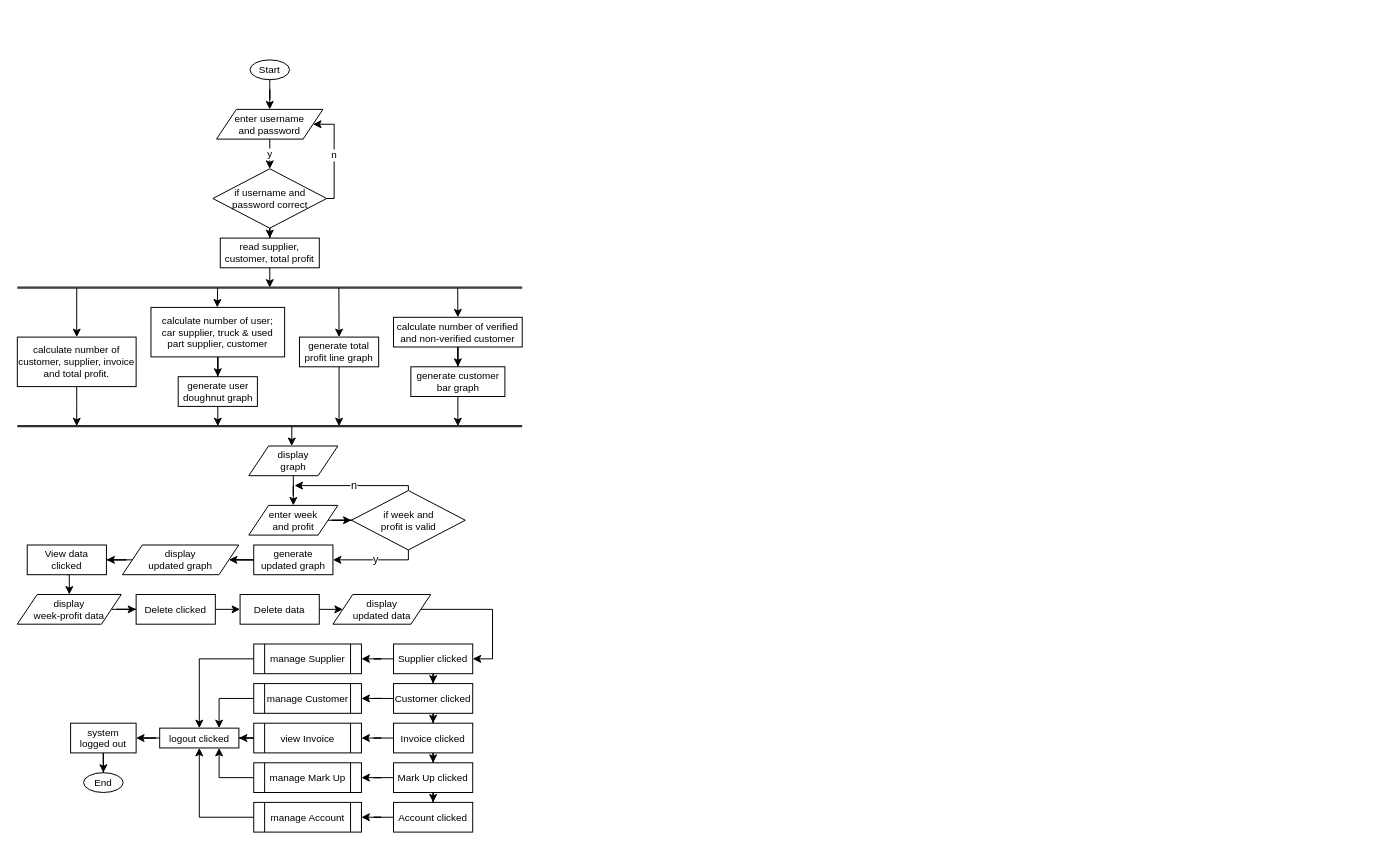
Earlier version of the draw.io diagram flowchart.drawio (nazRainer/DiagramNetLibrary). Source tidied: cells renumbered, new cells numbered last; positions are measured from the earlier drawing's top-left corner, leaving out a move shared by most shapes. Both pictures are drawn from the tidied source at 99%, with x=0, y=0 at pixel (17, 59).
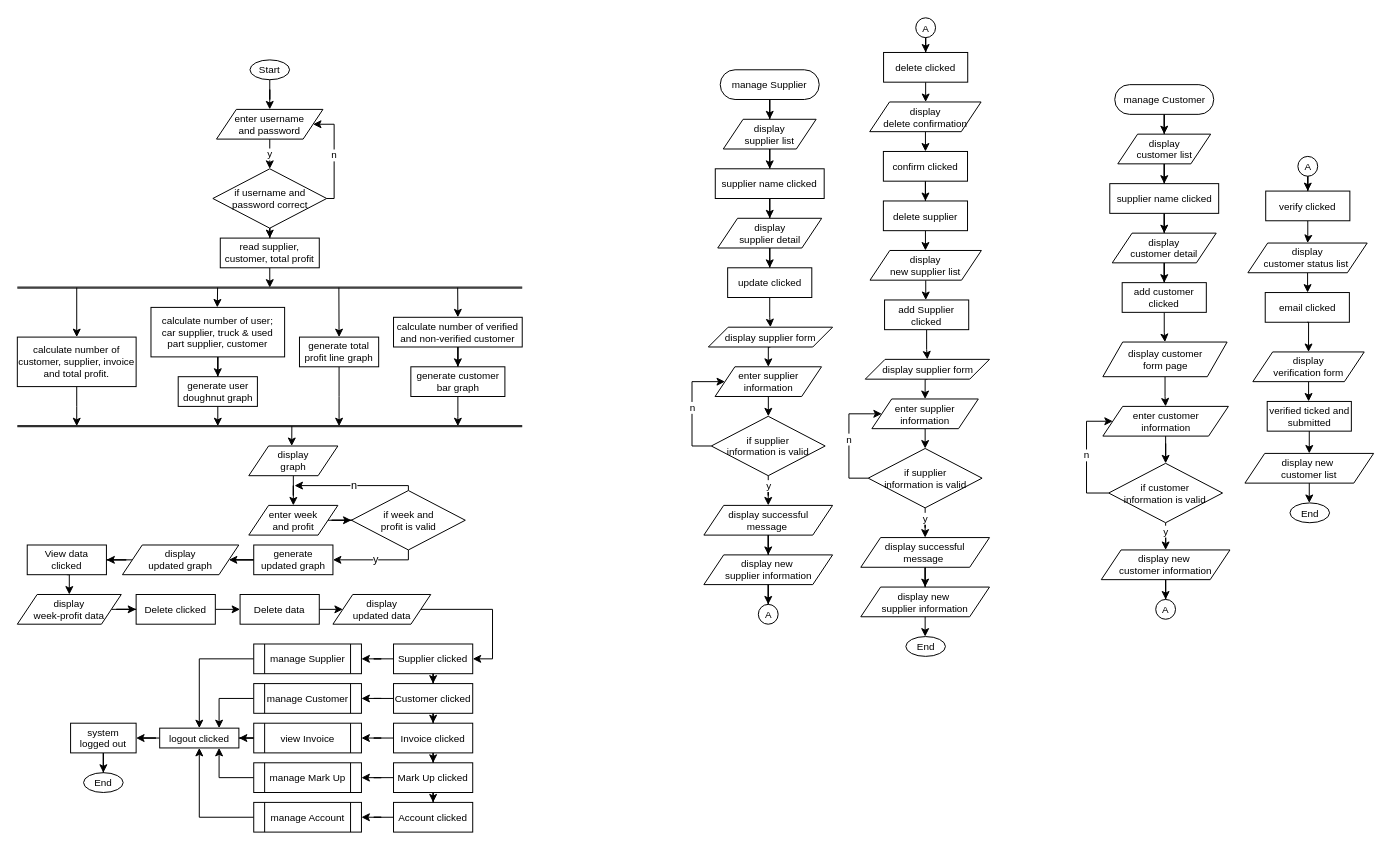
Above is the later version.

What changed in the source:
```diff
@@
+    <mxCell id="80" style="edgeStyle=orthogonalEdgeStyle;rounded=0;jettySize=auto;html=1;entryX=0.5;entryY=0;entryDx=0;entryDy=0;fontSize=10;" parent="1" edge="1" source="81" target="91">
+      <mxGeometry relative="1" as="geometry" />
+    </mxCell>
+    <mxCell id="81" value="manage Supplier" style="rounded=1;whiteSpace=wrap;html=1;fontSize=10;arcSize=50;" parent="1" vertex="1">
+      <mxGeometry x="710" y="10" width="100" height="30" as="geometry" />
+    </mxCell>
+    <mxCell id="82" style="edgeStyle=orthogonalEdgeStyle;rounded=0;jettySize=auto;html=1;entryX=0.5;entryY=0;entryDx=0;entryDy=0;fontSize=10;exitX=0.5;exitY=1;exitDx=0;exitDy=0;" parent="1" edge="1" source="98" target="84">
+      <mxGeometry relative="1" as="geometry" />
+    </mxCell>
+    <mxCell id="83" style="edgeStyle=orthogonalEdgeStyle;rounded=0;jettySize=auto;html=1;entryX=0.5;entryY=0;entryDx=0;entryDy=0;fontSize=10;" parent="1" edge="1" source="84" target="87">
+      <mxGeometry relative="1" as="geometry" />
+    </mxCell>
+    <mxCell id="84" value="enter supplier information" style="shape=parallelogram;perimeter=parallelogramPerimeter;whiteSpace=wrap;html=1;fixedSize=1;strokeWidth=1;fontSize=10;" parent="1" vertex="1">
+      <mxGeometry x="704.8" y="310" width="107.5" height="30" as="geometry" />
+    </mxCell>
+    <mxCell id="85" value="n" style="edgeStyle=orthogonalEdgeStyle;rounded=0;jettySize=auto;html=1;entryX=0;entryY=0.5;entryDx=0;entryDy=0;fontSize=10;exitX=0;exitY=0.5;exitDx=0;exitDy=0;" parent="1" edge="1" source="87" target="84">
+      <mxGeometry relative="1" as="geometry">
+        <Array as="points">
+          <mxPoint x="681.5" y="390" />
+          <mxPoint x="681.5" y="325" />
+        </Array>
+      </mxGeometry>
+    </mxCell>
+    <mxCell id="86" value="y" style="edgeStyle=orthogonalEdgeStyle;rounded=0;jettySize=auto;html=1;fontSize=10;entryX=0.5;entryY=0;entryDx=0;entryDy=0;" parent="1" edge="1" source="87" target="103">
+      <mxGeometry x="0.2" relative="1" as="geometry" />
+    </mxCell>
+    <mxCell id="87" value="if supplier &lt;br&gt;information is valid" style="rhombus;whiteSpace=wrap;html=1;strokeWidth=1;fontSize=10;" parent="1" vertex="1">
+      <mxGeometry x="701" y="360" width="115" height="60" as="geometry" />
+    </mxCell>
+    <mxCell id="88" style="edgeStyle=orthogonalEdgeStyle;rounded=0;jettySize=auto;html=1;entryX=0.5;entryY=0;entryDx=0;entryDy=0;fontSize=10;" parent="1" edge="1" source="89" target="99">
+      <mxGeometry relative="1" as="geometry" />
+    </mxCell>
+    <mxCell id="89" value="display new&amp;nbsp;&lt;br&gt;supplier information" style="shape=parallelogram;perimeter=parallelogramPerimeter;whiteSpace=wrap;html=1;fixedSize=1;strokeWidth=1;fontSize=10;" parent="1" vertex="1">
+      <mxGeometry x="693.5" y="500" width="130" height="30" as="geometry" />
+    </mxCell>
+    <mxCell id="90" style="edgeStyle=orthogonalEdgeStyle;rounded=0;jettySize=auto;html=1;entryX=0.5;entryY=0;entryDx=0;entryDy=0;fontSize=10;" parent="1" edge="1" source="91" target="93">
+      <mxGeometry relative="1" as="geometry" />
+    </mxCell>
+    <mxCell id="91" value="display &lt;br&gt;supplier list" style="shape=parallelogram;perimeter=parallelogramPerimeter;whiteSpace=wrap;html=1;fixedSize=1;strokeWidth=1;fontSize=10;" parent="1" vertex="1">
+      <mxGeometry x="713.1" y="60" width="93.8" height="30" as="geometry" />
+    </mxCell>
+    <mxCell id="92" style="edgeStyle=orthogonalEdgeStyle;rounded=0;jettySize=auto;html=1;entryX=0.5;entryY=0;entryDx=0;entryDy=0;fontSize=10;" parent="1" edge="1" source="93" target="95">
+      <mxGeometry relative="1" as="geometry" />
+    </mxCell>
+    <mxCell id="93" value="supplier name clicked" style="rounded=0;whiteSpace=wrap;html=1;strokeWidth=1;fontSize=10;" parent="1" vertex="1">
+      <mxGeometry x="705" y="110" width="110" height="30" as="geometry" />
+    </mxCell>
+    <mxCell id="94" style="edgeStyle=orthogonalEdgeStyle;rounded=0;jettySize=auto;html=1;entryX=0.5;entryY=0;entryDx=0;entryDy=0;fontSize=10;" parent="1" edge="1" source="95" target="97">
+      <mxGeometry relative="1" as="geometry" />
+    </mxCell>
+    <mxCell id="95" value="display &lt;br&gt;supplier detail" style="shape=parallelogram;perimeter=parallelogramPerimeter;whiteSpace=wrap;html=1;fixedSize=1;strokeWidth=1;fontSize=10;" parent="1" vertex="1">
+      <mxGeometry x="707.5" y="160" width="105" height="30" as="geometry" />
+    </mxCell>
+    <mxCell id="96" style="edgeStyle=orthogonalEdgeStyle;rounded=0;jettySize=auto;html=1;entryX=0.5;entryY=0;entryDx=0;entryDy=0;fontSize=10;" parent="1" edge="1" source="97" target="98">
+      <mxGeometry relative="1" as="geometry" />
+    </mxCell>
+    <mxCell id="97" value="update clicked" style="rounded=0;whiteSpace=wrap;html=1;strokeWidth=1;fontSize=10;" parent="1" vertex="1">
+      <mxGeometry x="717.5" y="210" width="85" height="30" as="geometry" />
+    </mxCell>
+    <mxCell id="98" value="display supplier form" style="shape=parallelogram;perimeter=parallelogramPerimeter;whiteSpace=wrap;html=1;fixedSize=1;strokeWidth=1;fontSize=10;" parent="1" vertex="1">
+      <mxGeometry x="698" y="270" width="125.5" height="20" as="geometry" />
+    </mxCell>
+    <mxCell id="99" value="A" style="ellipse;whiteSpace=wrap;html=1;fontSize=10;" parent="1" vertex="1">
+      <mxGeometry x="748.5" y="550" width="20" height="20" as="geometry" />
+    </mxCell>
+    <mxCell id="100" style="edgeStyle=orthogonalEdgeStyle;rounded=0;jettySize=auto;html=1;entryX=0.5;entryY=0;entryDx=0;entryDy=0;fontSize=10;" parent="1" edge="1" source="101" target="105">
+      <mxGeometry relative="1" as="geometry" />
+    </mxCell>
+    <mxCell id="101" value="A" style="ellipse;whiteSpace=wrap;html=1;fontSize=10;" parent="1" vertex="1">
+      <mxGeometry x="907.5" y="-42.5" width="20" height="20" as="geometry" />
+    </mxCell>
+    <mxCell id="102" style="edgeStyle=orthogonalEdgeStyle;rounded=0;jettySize=auto;html=1;entryX=0.5;entryY=0;entryDx=0;entryDy=0;fontSize=10;" parent="1" edge="1" source="103" target="89">
+      <mxGeometry relative="1" as="geometry" />
+    </mxCell>
+    <mxCell id="103" value="display successful &lt;br&gt;message&amp;nbsp;" style="shape=parallelogram;perimeter=parallelogramPerimeter;whiteSpace=wrap;html=1;fixedSize=1;strokeWidth=1;fontSize=10;" parent="1" vertex="1">
+      <mxGeometry x="693.5" y="450" width="130" height="30" as="geometry" />
+    </mxCell>
+    <mxCell id="104" style="edgeStyle=orthogonalEdgeStyle;rounded=0;jettySize=auto;html=1;entryX=0.5;entryY=0;entryDx=0;entryDy=0;fontSize=10;" parent="1" edge="1" source="105" target="107">
+      <mxGeometry relative="1" as="geometry" />
+    </mxCell>
+    <mxCell id="105" value="delete clicked" style="rounded=0;whiteSpace=wrap;html=1;strokeWidth=1;fontSize=10;" parent="1" vertex="1">
+      <mxGeometry x="875" y="-7.5" width="85" height="30" as="geometry" />
+    </mxCell>
+    <mxCell id="106" style="edgeStyle=orthogonalEdgeStyle;rounded=0;jettySize=auto;html=1;entryX=0.5;entryY=0;entryDx=0;entryDy=0;fontSize=10;" parent="1" edge="1" source="107" target="109">
+      <mxGeometry relative="1" as="geometry" />
+    </mxCell>
+    <mxCell id="107" value="display &lt;br&gt;delete confirmation" style="shape=parallelogram;perimeter=parallelogramPerimeter;whiteSpace=wrap;html=1;fixedSize=1;strokeWidth=1;fontSize=10;" parent="1" vertex="1">
+      <mxGeometry x="861" y="42.5" width="112.5" height="30" as="geometry" />
+    </mxCell>
+    <mxCell id="108" style="edgeStyle=orthogonalEdgeStyle;rounded=0;jettySize=auto;html=1;entryX=0.5;entryY=0;entryDx=0;entryDy=0;fontSize=10;" parent="1" edge="1" source="109" target="111">
+      <mxGeometry relative="1" as="geometry" />
+    </mxCell>
+    <mxCell id="109" value="confirm clicked" style="rounded=0;whiteSpace=wrap;html=1;strokeWidth=1;fontSize=10;" parent="1" vertex="1">
+      <mxGeometry x="874.8" y="92.5" width="85" height="30" as="geometry" />
+    </mxCell>
+    <mxCell id="110" style="edgeStyle=orthogonalEdgeStyle;rounded=0;jettySize=auto;html=1;entryX=0.5;entryY=0;entryDx=0;entryDy=0;fontSize=10;" parent="1" edge="1" source="111" target="113">
+      <mxGeometry relative="1" as="geometry" />
+    </mxCell>
+    <mxCell id="111" value="delete supplier" style="rounded=0;whiteSpace=wrap;html=1;strokeWidth=1;fontSize=10;" parent="1" vertex="1">
+      <mxGeometry x="874.8" y="142.5" width="85" height="30" as="geometry" />
+    </mxCell>
+    <mxCell id="112" style="edgeStyle=orthogonalEdgeStyle;rounded=0;jettySize=auto;html=1;entryX=0.5;entryY=0;entryDx=0;entryDy=0;fontSize=10;" parent="1" edge="1" source="113" target="123">
+      <mxGeometry relative="1" as="geometry" />
+    </mxCell>
+    <mxCell id="113" value="display &lt;br&gt;new supplier list" style="shape=parallelogram;perimeter=parallelogramPerimeter;whiteSpace=wrap;html=1;fixedSize=1;strokeWidth=1;fontSize=10;" parent="1" vertex="1">
+      <mxGeometry x="861.3" y="192.5" width="112.5" height="30" as="geometry" />
+    </mxCell>
+    <mxCell id="114" style="edgeStyle=orthogonalEdgeStyle;rounded=0;jettySize=auto;html=1;entryX=0.5;entryY=0;entryDx=0;entryDy=0;fontSize=10;exitX=0.5;exitY=1;exitDx=0;exitDy=0;" parent="1" edge="1" source="124" target="116">
+      <mxGeometry relative="1" as="geometry" />
+    </mxCell>
+    <mxCell id="115" style="edgeStyle=orthogonalEdgeStyle;rounded=0;jettySize=auto;html=1;entryX=0.5;entryY=0;entryDx=0;entryDy=0;fontSize=10;" parent="1" edge="1" source="116" target="119">
+      <mxGeometry relative="1" as="geometry" />
+    </mxCell>
+    <mxCell id="116" value="enter supplier information" style="shape=parallelogram;perimeter=parallelogramPerimeter;whiteSpace=wrap;html=1;fixedSize=1;strokeWidth=1;fontSize=10;" parent="1" vertex="1">
+      <mxGeometry x="863.2" y="342.5" width="107.5" height="30" as="geometry" />
+    </mxCell>
+    <mxCell id="117" value="n" style="edgeStyle=orthogonalEdgeStyle;rounded=0;jettySize=auto;html=1;entryX=0;entryY=0.5;entryDx=0;entryDy=0;fontSize=10;exitX=0;exitY=0.5;exitDx=0;exitDy=0;" parent="1" edge="1" source="119" target="116">
+      <mxGeometry relative="1" as="geometry">
+        <Array as="points">
+          <mxPoint x="840" y="422.5" />
+          <mxPoint x="840" y="357.5" />
+        </Array>
+      </mxGeometry>
+    </mxCell>
+    <mxCell id="118" value="y" style="edgeStyle=orthogonalEdgeStyle;rounded=0;jettySize=auto;html=1;fontSize=10;entryX=0.5;entryY=0;entryDx=0;entryDy=0;" parent="1" edge="1" source="119" target="126">
+      <mxGeometry x="0.2" relative="1" as="geometry" />
+    </mxCell>
+    <mxCell id="119" value="if supplier &lt;br&gt;information is valid" style="rhombus;whiteSpace=wrap;html=1;strokeWidth=1;fontSize=10;" parent="1" vertex="1">
+      <mxGeometry x="859.5" y="392.5" width="115" height="60" as="geometry" />
+    </mxCell>
+    <mxCell id="120" style="edgeStyle=orthogonalEdgeStyle;rounded=0;jettySize=auto;html=1;entryX=0.5;entryY=0;entryDx=0;entryDy=0;fontSize=10;" parent="1" edge="1" source="121" target="127">
+      <mxGeometry relative="1" as="geometry" />
+    </mxCell>
+    <mxCell id="121" value="display new&amp;nbsp;&lt;br&gt;supplier information" style="shape=parallelogram;perimeter=parallelogramPerimeter;whiteSpace=wrap;html=1;fixedSize=1;strokeWidth=1;fontSize=10;" parent="1" vertex="1">
+      <mxGeometry x="852" y="532.5" width="130" height="30" as="geometry" />
+    </mxCell>
+    <mxCell id="122" style="edgeStyle=orthogonalEdgeStyle;rounded=0;jettySize=auto;html=1;entryX=0.5;entryY=0;entryDx=0;entryDy=0;fontSize=10;" parent="1" edge="1" source="123" target="124">
+      <mxGeometry relative="1" as="geometry" />
+    </mxCell>
+    <mxCell id="123" value="add Supplier clicked" style="rounded=0;whiteSpace=wrap;html=1;strokeWidth=1;fontSize=10;" parent="1" vertex="1">
+      <mxGeometry x="876" y="242.5" width="85" height="30" as="geometry" />
+    </mxCell>
+    <mxCell id="124" value="display supplier form" style="shape=parallelogram;perimeter=parallelogramPerimeter;whiteSpace=wrap;html=1;fixedSize=1;strokeWidth=1;fontSize=10;" parent="1" vertex="1">
+      <mxGeometry x="856.5" y="302.5" width="125.5" height="20" as="geometry" />
+    </mxCell>
+    <mxCell id="125" style="edgeStyle=orthogonalEdgeStyle;rounded=0;jettySize=auto;html=1;entryX=0.5;entryY=0;entryDx=0;entryDy=0;fontSize=10;" parent="1" edge="1" source="126" target="121">
+      <mxGeometry relative="1" as="geometry" />
+    </mxCell>
+    <mxCell id="126" value="display successful &lt;br&gt;message&amp;nbsp;" style="shape=parallelogram;perimeter=parallelogramPerimeter;whiteSpace=wrap;html=1;fixedSize=1;strokeWidth=1;fontSize=10;" parent="1" vertex="1">
+      <mxGeometry x="852" y="482.5" width="130" height="30" as="geometry" />
+    </mxCell>
+    <mxCell id="127" value="End" style="ellipse;whiteSpace=wrap;html=1;strokeWidth=1;fontSize=10;" parent="1" vertex="1">
+      <mxGeometry x="897.5" y="582.5" width="40" height="20" as="geometry" />
+    </mxCell>
+    <mxCell id="128" style="edgeStyle=orthogonalEdgeStyle;rounded=0;jettySize=auto;html=1;entryX=0.5;entryY=0;entryDx=0;entryDy=0;fontSize=10;" parent="1" edge="1" source="129" target="138">
+      <mxGeometry relative="1" as="geometry" />
+    </mxCell>
+    <mxCell id="129" value="manage Customer" style="rounded=1;whiteSpace=wrap;html=1;fontSize=10;arcSize=50;" parent="1" vertex="1">
+      <mxGeometry x="1108.5" y="25" width="100" height="30" as="geometry" />
+    </mxCell>
+    <mxCell id="130" style="edgeStyle=orthogonalEdgeStyle;rounded=0;jettySize=auto;html=1;entryX=0.5;entryY=0;entryDx=0;entryDy=0;fontSize=10;" parent="1" edge="1" source="131" target="134">
+      <mxGeometry relative="1" as="geometry" />
+    </mxCell>
+    <mxCell id="131" value="enter customer&lt;br&gt;information" style="shape=parallelogram;perimeter=parallelogramPerimeter;whiteSpace=wrap;html=1;fixedSize=1;strokeWidth=1;fontSize=10;" parent="1" vertex="1">
+      <mxGeometry x="1096.5" y="350" width="126.8" height="30" as="geometry" />
+    </mxCell>
+    <mxCell id="132" value="n" style="edgeStyle=orthogonalEdgeStyle;rounded=0;jettySize=auto;html=1;entryX=0;entryY=0.5;entryDx=0;entryDy=0;fontSize=10;exitX=0;exitY=0.5;exitDx=0;exitDy=0;" parent="1" edge="1" source="134" target="131">
+      <mxGeometry relative="1" as="geometry">
+        <Array as="points">
+          <mxPoint x="1080" y="438" />
+          <mxPoint x="1080" y="365" />
+        </Array>
+      </mxGeometry>
+    </mxCell>
+    <mxCell id="133" value="y" style="edgeStyle=orthogonalEdgeStyle;rounded=0;jettySize=auto;html=1;fontSize=10;entryX=0.5;entryY=0;entryDx=0;entryDy=0;" parent="1" edge="1" source="134" target="136">
+      <mxGeometry x="0.2" relative="1" as="geometry" />
+    </mxCell>
+    <mxCell id="134" value="if customer&lt;br&gt;information is valid" style="rhombus;whiteSpace=wrap;html=1;strokeWidth=1;fontSize=10;" parent="1" vertex="1">
+      <mxGeometry x="1102.4" y="407.5" width="115" height="60" as="geometry" />
+    </mxCell>
+    <mxCell id="135" style="edgeStyle=orthogonalEdgeStyle;rounded=0;jettySize=auto;html=1;entryX=0.5;entryY=0;entryDx=0;entryDy=0;fontSize=10;" parent="1" edge="1" source="136" target="147">
+      <mxGeometry relative="1" as="geometry" />
+    </mxCell>
+    <mxCell id="136" value="display new&amp;nbsp;&lt;br&gt;customer information" style="shape=parallelogram;perimeter=parallelogramPerimeter;whiteSpace=wrap;html=1;fixedSize=1;strokeWidth=1;fontSize=10;" parent="1" vertex="1">
+      <mxGeometry x="1094.9" y="495" width="130" height="30" as="geometry" />
+    </mxCell>
+    <mxCell id="137" style="edgeStyle=orthogonalEdgeStyle;rounded=0;jettySize=auto;html=1;entryX=0.5;entryY=0;entryDx=0;entryDy=0;fontSize=10;" parent="1" edge="1" source="138" target="140">
+      <mxGeometry relative="1" as="geometry" />
+    </mxCell>
+    <mxCell id="138" value="display &lt;br&gt;customer list" style="shape=parallelogram;perimeter=parallelogramPerimeter;whiteSpace=wrap;html=1;fixedSize=1;strokeWidth=1;fontSize=10;" parent="1" vertex="1">
+      <mxGeometry x="1111.6" y="75" width="93.8" height="30" as="geometry" />
+    </mxCell>
+    <mxCell id="139" style="edgeStyle=orthogonalEdgeStyle;rounded=0;jettySize=auto;html=1;entryX=0.5;entryY=0;entryDx=0;entryDy=0;fontSize=10;" parent="1" edge="1" source="140" target="142">
+      <mxGeometry relative="1" as="geometry" />
+    </mxCell>
+    <mxCell id="140" value="supplier name clicked" style="rounded=0;whiteSpace=wrap;html=1;strokeWidth=1;fontSize=10;" parent="1" vertex="1">
+      <mxGeometry x="1103.5" y="125" width="110" height="30" as="geometry" />
+    </mxCell>
+    <mxCell id="141" style="edgeStyle=orthogonalEdgeStyle;rounded=0;jettySize=auto;html=1;entryX=0.5;entryY=0;entryDx=0;entryDy=0;fontSize=10;" parent="1" edge="1" source="142" target="144">
+      <mxGeometry relative="1" as="geometry" />
+    </mxCell>
+    <mxCell id="142" value="display &lt;br&gt;customer detail" style="shape=parallelogram;perimeter=parallelogramPerimeter;whiteSpace=wrap;html=1;fixedSize=1;strokeWidth=1;fontSize=10;" parent="1" vertex="1">
+      <mxGeometry x="1106" y="175" width="105" height="30" as="geometry" />
+    </mxCell>
+    <mxCell id="143" style="edgeStyle=orthogonalEdgeStyle;rounded=0;jettySize=auto;html=1;entryX=0.5;entryY=0;entryDx=0;entryDy=0;fontSize=10;" parent="1" edge="1" source="144" target="146">
+      <mxGeometry relative="1" as="geometry" />
+    </mxCell>
+    <mxCell id="144" value="add customer clicked" style="rounded=0;whiteSpace=wrap;html=1;strokeWidth=1;fontSize=10;" parent="1" vertex="1">
+      <mxGeometry x="1116" y="225" width="85" height="30" as="geometry" />
+    </mxCell>
+    <mxCell id="145" style="edgeStyle=orthogonalEdgeStyle;rounded=0;jettySize=auto;html=1;entryX=0.5;entryY=0;entryDx=0;entryDy=0;fontSize=10;" parent="1" edge="1" source="146" target="131">
+      <mxGeometry relative="1" as="geometry" />
+    </mxCell>
+    <mxCell id="146" value="display customer &lt;br&gt;form page" style="shape=parallelogram;perimeter=parallelogramPerimeter;whiteSpace=wrap;html=1;fixedSize=1;strokeWidth=1;fontSize=10;" parent="1" vertex="1">
+      <mxGeometry x="1096.5" y="285" width="125.5" height="35" as="geometry" />
+    </mxCell>
+    <mxCell id="147" value="A" style="ellipse;whiteSpace=wrap;html=1;fontSize=10;" parent="1" vertex="1">
+      <mxGeometry x="1149.9" y="545" width="20" height="20" as="geometry" />
+    </mxCell>
+    <mxCell id="148" style="edgeStyle=orthogonalEdgeStyle;rounded=0;jettySize=auto;html=1;entryX=0.5;entryY=0;entryDx=0;entryDy=0;fontSize=10;" parent="1" edge="1" source="149" target="151">
+      <mxGeometry relative="1" as="geometry" />
+    </mxCell>
+    <mxCell id="149" value="A" style="ellipse;whiteSpace=wrap;html=1;fontSize=10;" parent="1" vertex="1">
+      <mxGeometry x="1293.5" y="97.5" width="20" height="20" as="geometry" />
+    </mxCell>
+    <mxCell id="150" style="edgeStyle=orthogonalEdgeStyle;rounded=0;jettySize=auto;html=1;entryX=0.5;entryY=0;entryDx=0;entryDy=0;fontSize=10;" parent="1" edge="1" source="151" target="153">
+      <mxGeometry relative="1" as="geometry" />
+    </mxCell>
+    <mxCell id="151" value="verify clicked" style="rounded=0;whiteSpace=wrap;html=1;strokeWidth=1;fontSize=10;" parent="1" vertex="1">
+      <mxGeometry x="1261" y="132.5" width="85" height="30" as="geometry" />
+    </mxCell>
+    <mxCell id="152" style="edgeStyle=orthogonalEdgeStyle;rounded=0;jettySize=auto;html=1;entryX=0.5;entryY=0;entryDx=0;entryDy=0;fontSize=10;" parent="1" edge="1" source="153" target="154">
+      <mxGeometry relative="1" as="geometry" />
+    </mxCell>
+    <mxCell id="153" value="display &lt;br&gt;customer status list&amp;nbsp;" style="shape=parallelogram;perimeter=parallelogramPerimeter;whiteSpace=wrap;html=1;fixedSize=1;strokeWidth=1;fontSize=10;" parent="1" vertex="1">
+      <mxGeometry x="1243" y="185" width="120.5" height="30" as="geometry" />
+    </mxCell>
+    <mxCell id="154" value="email clicked" style="rounded=0;whiteSpace=wrap;html=1;strokeWidth=1;fontSize=10;" parent="1" vertex="1">
+      <mxGeometry x="1260.5" y="235" width="85" height="30" as="geometry" />
+    </mxCell>
+    <mxCell id="155" style="edgeStyle=orthogonalEdgeStyle;rounded=0;jettySize=auto;html=1;entryX=0.5;entryY=0;entryDx=0;entryDy=0;fontSize=10;exitX=0.5;exitY=1;exitDx=0;exitDy=0;" parent="1" edge="1" source="154" target="157">
+      <mxGeometry relative="1" as="geometry" />
+    </mxCell>
+    <mxCell id="156" style="edgeStyle=orthogonalEdgeStyle;rounded=0;jettySize=auto;html=1;entryX=0.5;entryY=0;entryDx=0;entryDy=0;fontSize=10;" parent="1" edge="1" source="157" target="160">
+      <mxGeometry relative="1" as="geometry" />
+    </mxCell>
+    <mxCell id="157" value="display &lt;br&gt;verification form" style="shape=parallelogram;perimeter=parallelogramPerimeter;whiteSpace=wrap;html=1;fixedSize=1;strokeWidth=1;fontSize=10;" parent="1" vertex="1">
+      <mxGeometry x="1248" y="295" width="112.5" height="30" as="geometry" />
+    </mxCell>
+    <mxCell id="158" style="edgeStyle=orthogonalEdgeStyle;rounded=0;jettySize=auto;html=1;entryX=0.5;entryY=0;entryDx=0;entryDy=0;fontSize=10;" parent="1" edge="1" source="159" target="162">
+      <mxGeometry relative="1" as="geometry" />
+    </mxCell>
+    <mxCell id="159" value="display new&amp;nbsp;&lt;br&gt;customer list" style="shape=parallelogram;perimeter=parallelogramPerimeter;whiteSpace=wrap;html=1;fixedSize=1;strokeWidth=1;fontSize=10;" parent="1" vertex="1">
+      <mxGeometry x="1240" y="397.5" width="130" height="30" as="geometry" />
+    </mxCell>
+    <mxCell id="160" value="verified ticked and submitted" style="rounded=0;whiteSpace=wrap;html=1;strokeWidth=1;fontSize=10;" parent="1" vertex="1">
+      <mxGeometry x="1262.5" y="345" width="85" height="30" as="geometry" />
+    </mxCell>
+    <mxCell id="161" style="edgeStyle=orthogonalEdgeStyle;rounded=0;jettySize=auto;html=1;entryX=0.5;entryY=0;entryDx=0;entryDy=0;fontSize=10;exitX=0.5;exitY=1;exitDx=0;exitDy=0;" parent="1" edge="1" source="160" target="159">
+      <mxGeometry relative="1" as="geometry" />
+    </mxCell>
+    <mxCell id="162" value="End" style="ellipse;whiteSpace=wrap;html=1;strokeWidth=1;fontSize=10;" parent="1" vertex="1">
+      <mxGeometry x="1285.5" y="447.5" width="40" height="20" as="geometry" />
+    </mxCell>
```
